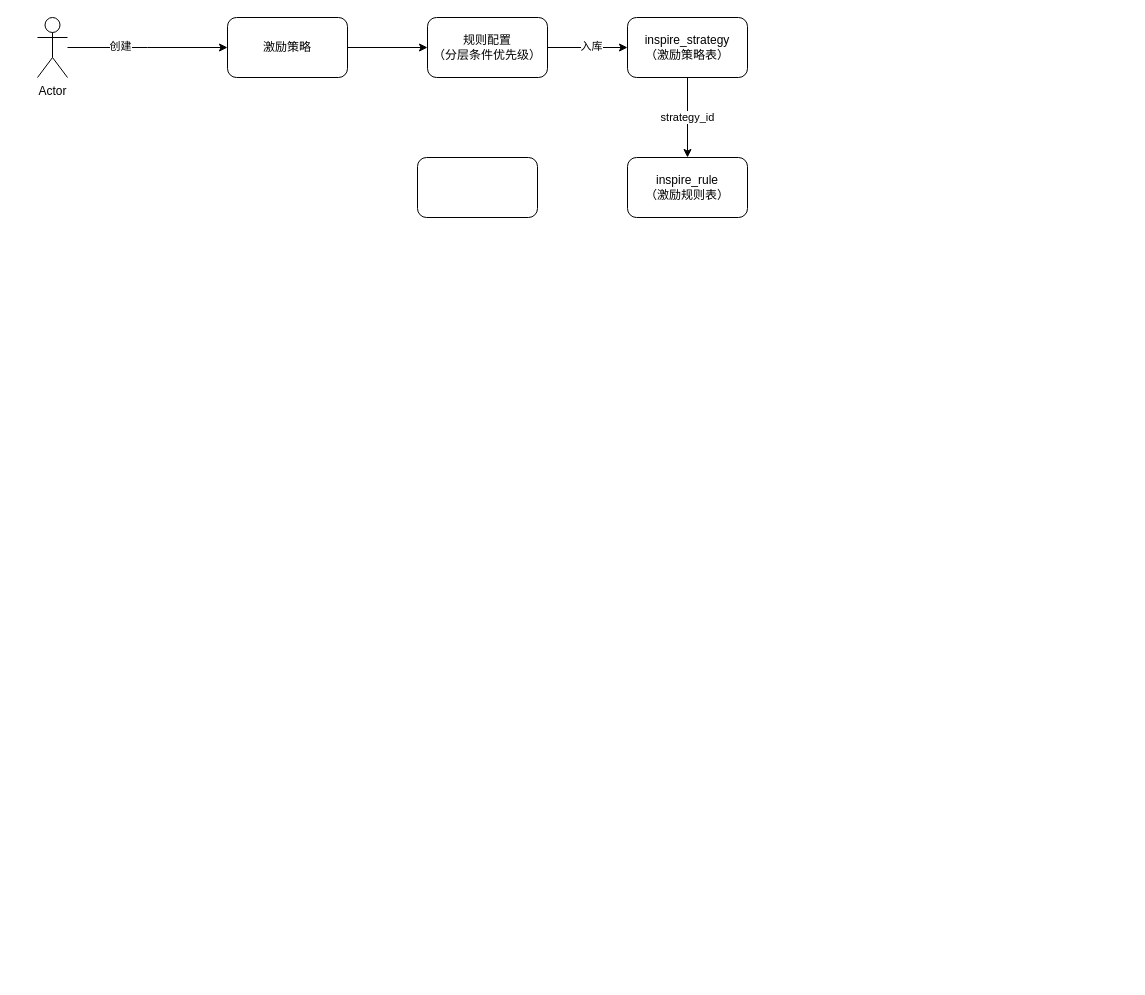
This is 婚奢汇业务流程图/3月-数据中台.drawio from YYB1024/myRemoteRepo, a draw.io file, before an edit. Source tidied: cells renumbered, new cells numbered last; positions are measured from the earlier drawing's top-left corner, leaving out a move shared by most shapes. Both pictures are drawn from the tidied source at 100%, with x=0, y=0 at pixel (37, 17).
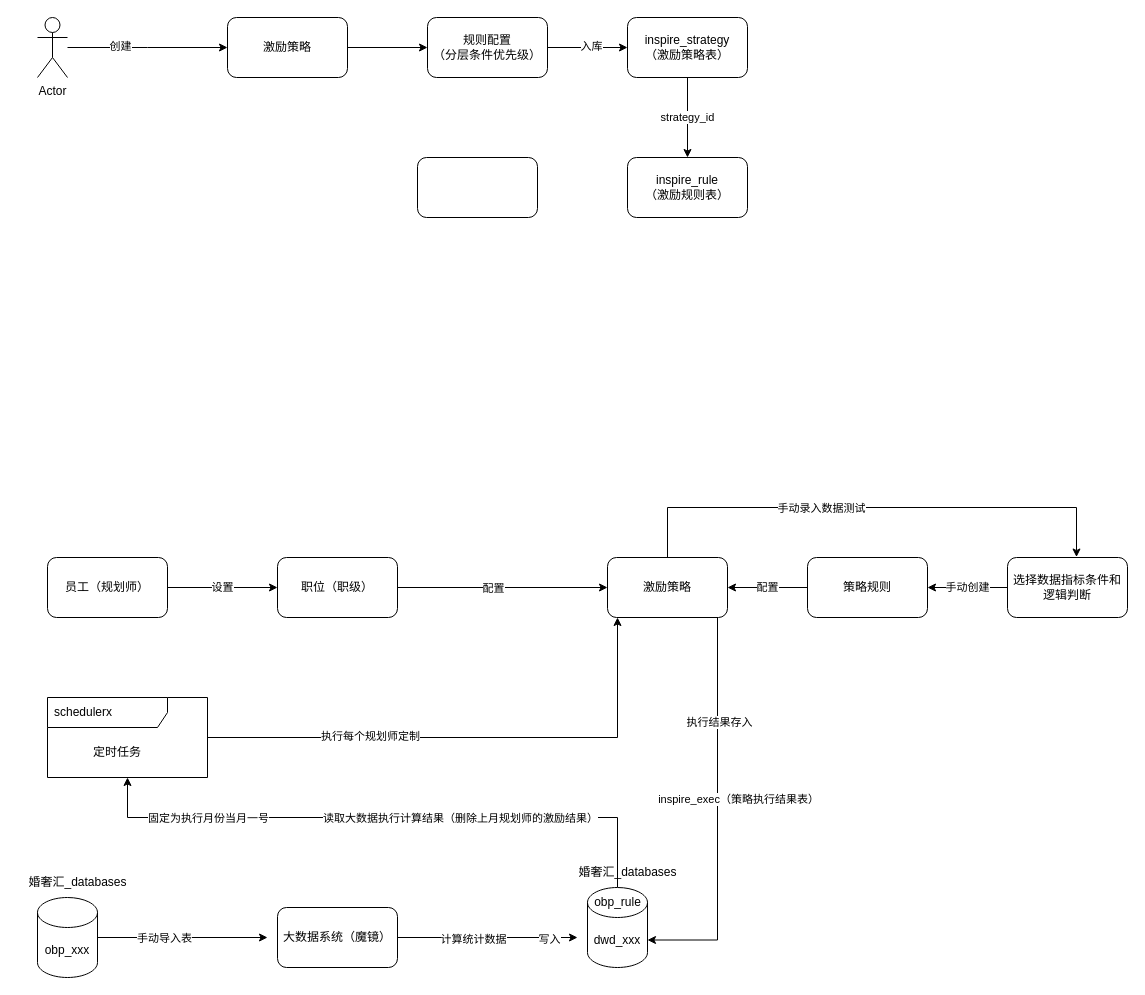
Above is the later version.

Commit message (it also covers changes not shown here):
更新3月-数据中台.drawio

What changed in the source:
```diff
@@
+    <mxCell id="14" style="edgeStyle=orthogonalEdgeStyle;rounded=0;jettySize=auto;html=1;" parent="1" edge="1" source="16">
+      <mxGeometry relative="1" as="geometry">
+        <mxPoint x="230" y="920" as="targetPoint" />
+      </mxGeometry>
+    </mxCell>
+    <mxCell id="15" value="手动导入表" style="edgeLabel;html=1;align=center;verticalAlign=middle;" parent="14" vertex="1">
+      <mxGeometry x="-0.22" relative="1" as="geometry" />
+    </mxCell>
+    <mxCell id="16" value="obp_xxx" style="shape=cylinder3;whiteSpace=wrap;html=1;boundedLbl=1;backgroundOutline=1;size=15;" parent="1" vertex="1">
+      <mxGeometry y="880" width="60" height="80" as="geometry" />
+    </mxCell>
+    <mxCell id="17" value="婚奢汇_databases" style="text;html=1;align=center;verticalAlign=middle;strokeColor=none;fillColor=none;" parent="1" vertex="1">
+      <mxGeometry x="-20" y="850" width="120" height="30" as="geometry" />
+    </mxCell>
+    <mxCell id="18" style="edgeStyle=orthogonalEdgeStyle;rounded=0;jettySize=auto;html=1;" parent="1" edge="1" source="21">
+      <mxGeometry relative="1" as="geometry">
+        <mxPoint x="540" y="920" as="targetPoint" />
+      </mxGeometry>
+    </mxCell>
+    <mxCell id="19" value="计算统计数据" style="edgeLabel;html=1;align=center;verticalAlign=middle;" parent="18" vertex="1">
+      <mxGeometry x="-0.17" y="-1" relative="1" as="geometry" />
+    </mxCell>
+    <mxCell id="20" value="写入" style="edgeLabel;html=1;align=center;verticalAlign=middle;" parent="18" vertex="1">
+      <mxGeometry x="0.68" y="-1" relative="1" as="geometry" />
+    </mxCell>
+    <mxCell id="21" value="大数据系统（魔镜）" style="rounded=1;whiteSpace=wrap;html=1;" parent="1" vertex="1">
+      <mxGeometry x="240" y="890" width="120" height="60" as="geometry" />
+    </mxCell>
+    <mxCell id="22" style="edgeStyle=orthogonalEdgeStyle;rounded=0;jettySize=auto;html=1;" parent="1" edge="1" source="25" target="45">
+      <mxGeometry relative="1" as="geometry">
+        <Array as="points">
+          <mxPoint x="580" y="800" />
+          <mxPoint x="90" y="800" />
+        </Array>
+      </mxGeometry>
+    </mxCell>
+    <mxCell id="23" value="固定为执行月份当月一号" style="edgeLabel;html=1;align=center;verticalAlign=middle;" parent="22" vertex="1">
+      <mxGeometry x="0.44" y="3" relative="1" as="geometry">
+        <mxPoint x="-48" y="-3" as="offset" />
+      </mxGeometry>
+    </mxCell>
+    <mxCell id="24" value="读取大数据执行计算结果（删除上月规划师的激励结果）" style="edgeLabel;html=1;align=center;verticalAlign=middle;" parent="22" vertex="1">
+      <mxGeometry x="-0.24" relative="1" as="geometry" />
+    </mxCell>
+    <mxCell id="25" value="dwd_xxx" style="shape=cylinder3;whiteSpace=wrap;html=1;boundedLbl=1;backgroundOutline=1;size=15;" parent="1" vertex="1">
+      <mxGeometry x="550" y="870" width="60" height="80" as="geometry" />
+    </mxCell>
+    <mxCell id="26" value="婚奢汇_databases" style="text;html=1;align=center;verticalAlign=middle;strokeColor=none;fillColor=none;" parent="1" vertex="1">
+      <mxGeometry x="530" y="840" width="120" height="30" as="geometry" />
+    </mxCell>
+    <mxCell id="27" value="设置" style="edgeStyle=orthogonalEdgeStyle;rounded=0;jettySize=auto;html=1;entryX=0;entryY=0.5;entryDx=0;entryDy=0;" parent="1" edge="1" source="28" target="31">
+      <mxGeometry relative="1" as="geometry" />
+    </mxCell>
+    <mxCell id="28" value="员工（规划师）" style="rounded=1;whiteSpace=wrap;html=1;" parent="1" vertex="1">
+      <mxGeometry x="10" y="540" width="120" height="60" as="geometry" />
+    </mxCell>
+    <mxCell id="29" style="edgeStyle=orthogonalEdgeStyle;rounded=0;jettySize=auto;html=1;" parent="1" edge="1" source="31" target="37">
+      <mxGeometry relative="1" as="geometry" />
+    </mxCell>
+    <mxCell id="30" value="配置" style="edgeLabel;html=1;align=center;verticalAlign=middle;" parent="29" vertex="1">
+      <mxGeometry x="-0.1" relative="1" as="geometry" />
+    </mxCell>
+    <mxCell id="31" value="职位（职级）" style="whiteSpace=wrap;html=1;fillColor=rgb(255, 255, 255);rounded=1;" parent="1" vertex="1">
+      <mxGeometry x="240" y="540" width="120" height="60" as="geometry" />
+    </mxCell>
+    <mxCell id="32" style="edgeStyle=orthogonalEdgeStyle;rounded=0;jettySize=auto;html=1;entryX=0.575;entryY=-0.008;entryDx=0;entryDy=0;entryPerimeter=0;" parent="1" edge="1" source="37" target="41">
+      <mxGeometry relative="1" as="geometry">
+        <Array as="points">
+          <mxPoint x="630" y="490" />
+          <mxPoint x="1039" y="490" />
+        </Array>
+      </mxGeometry>
+    </mxCell>
+    <mxCell id="33" value="手动录入数据测试" style="edgeLabel;html=1;align=center;verticalAlign=middle;" parent="32" vertex="1">
+      <mxGeometry x="-0.2" y="1" relative="1" as="geometry">
+        <mxPoint y="1" as="offset" />
+      </mxGeometry>
+    </mxCell>
+    <mxCell id="34" style="edgeStyle=orthogonalEdgeStyle;rounded=0;jettySize=auto;html=1;entryX=1;entryY=0;entryDx=0;entryDy=52.5;entryPerimeter=0;" parent="1" edge="1" source="37" target="25">
+      <mxGeometry relative="1" as="geometry">
+        <Array as="points">
+          <mxPoint x="680" y="923" />
+        </Array>
+      </mxGeometry>
+    </mxCell>
+    <mxCell id="35" value="执行结果存入" style="edgeLabel;html=1;align=center;verticalAlign=middle;" parent="34" vertex="1">
+      <mxGeometry x="-0.47" y="1" relative="1" as="geometry" />
+    </mxCell>
+    <mxCell id="36" value="inspire_exec（策略执行结果表）" style="edgeLabel;html=1;align=center;verticalAlign=middle;" parent="34" vertex="1">
+      <mxGeometry x="0.08" y="2" relative="1" as="geometry">
+        <mxPoint x="18" y="-31" as="offset" />
+      </mxGeometry>
+    </mxCell>
+    <mxCell id="37" value="激励策略" style="whiteSpace=wrap;html=1;fillColor=rgb(255, 255, 255);rounded=1;" parent="1" vertex="1">
+      <mxGeometry x="570" y="540" width="120" height="60" as="geometry" />
+    </mxCell>
+    <mxCell id="38" value="配置" style="edgeStyle=orthogonalEdgeStyle;rounded=0;jettySize=auto;html=1;entryX=1;entryY=0.5;entryDx=0;entryDy=0;" parent="1" edge="1" source="39" target="37">
+      <mxGeometry relative="1" as="geometry" />
+    </mxCell>
+    <mxCell id="39" value="策略规则" style="whiteSpace=wrap;html=1;fillColor=rgb(255, 255, 255);rounded=1;" parent="1" vertex="1">
+      <mxGeometry x="770" y="540" width="120" height="60" as="geometry" />
+    </mxCell>
+    <mxCell id="40" value="手动创建" style="edgeStyle=orthogonalEdgeStyle;rounded=0;jettySize=auto;html=1;entryX=1;entryY=0.5;entryDx=0;entryDy=0;" parent="1" edge="1" source="41" target="39">
+      <mxGeometry relative="1" as="geometry" />
+    </mxCell>
+    <mxCell id="41" value="选择数据指标条件和逻辑判断" style="whiteSpace=wrap;html=1;fillColor=rgb(255, 255, 255);rounded=1;" parent="1" vertex="1">
+      <mxGeometry x="970" y="540" width="120" height="60" as="geometry" />
+    </mxCell>
+    <mxCell id="42" value="obp_rule" style="text;html=1;align=center;verticalAlign=middle;strokeColor=none;fillColor=none;" parent="1" vertex="1">
+      <mxGeometry x="545" y="870" width="70" height="30" as="geometry" />
+    </mxCell>
+    <mxCell id="43" style="edgeStyle=orthogonalEdgeStyle;rounded=0;jettySize=auto;html=1;" parent="1" edge="1" source="45">
+      <mxGeometry relative="1" as="geometry">
+        <mxPoint x="580" y="600" as="targetPoint" />
+        <Array as="points">
+          <mxPoint x="580" y="720" />
+          <mxPoint x="580" y="600" />
+        </Array>
+      </mxGeometry>
+    </mxCell>
+    <mxCell id="44" value="执行每个规划师定制" style="edgeLabel;html=1;align=center;verticalAlign=middle;" parent="43" vertex="1">
+      <mxGeometry x="-0.39" y="3" relative="1" as="geometry">
+        <mxPoint y="1" as="offset" />
+      </mxGeometry>
+    </mxCell>
+    <mxCell id="45" value="schedulerx" style="shape=umlFrame;whiteSpace=wrap;html=1;width=120;height=30;boundedLbl=1;verticalAlign=middle;align=left;spacingLeft=5;" parent="1" vertex="1">
+      <mxGeometry x="10" y="680" width="160" height="80" as="geometry" />
+    </mxCell>
+    <mxCell id="46" value="定时任务" style="text;html=1;strokeColor=none;fillColor=none;align=center;verticalAlign=middle;whiteSpace=wrap;rounded=0;" parent="1" vertex="1">
+      <mxGeometry x="50" y="720" width="60" height="30" as="geometry" />
+    </mxCell>
```
